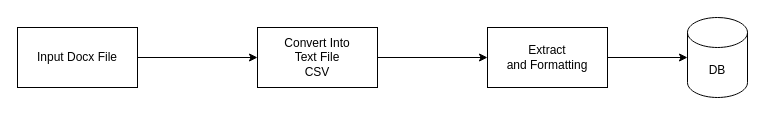
rakib06/DrawIO keeps this draw.io diagram as CP_SL.drawio. Above is the earlier version. Source tidied: cells renumbered, new cells numbered last; positions are measured from the earlier drawing's top-left corner, leaving out a move shared by most shapes. Both pictures are drawn from the tidied source at 100%, with x=0, y=0 at pixel (17, 17).
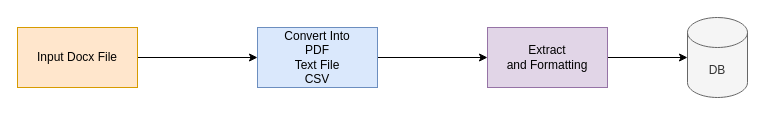
Above is the later version.

What changed in the source:
```diff
@@
 <mxGraphModel>
   <root>
     <mxCell id="0" />
     <mxCell id="1" parent="0" />
     <mxCell id="2" style="edgeStyle=orthogonalEdgeStyle;rounded=0;jettySize=auto;html=1;" parent="1" edge="1" source="3" target="5">
       <mxGeometry relative="1" as="geometry" />
     </mxCell>
-    <mxCell id="3" value="Input Docx File" style="rounded=0;whiteSpace=wrap;html=1;" parent="1" vertex="1">
+    <mxCell id="3" value="Input Docx File" style="rounded=0;whiteSpace=wrap;html=1;fillColor=#ffe6cc;strokeColor=#d79b00;" parent="1" vertex="1">
       <mxGeometry y="10" width="120" height="60" as="geometry" />
     </mxCell>
     <mxCell id="4" style="edgeStyle=orthogonalEdgeStyle;rounded=0;jettySize=auto;html=1;" parent="1" edge="1" source="5" target="8">
       <mxGeometry relative="1" as="geometry" />
     </mxCell>
-    <mxCell id="5" value="Convert Into &lt;br&gt;Text File&lt;br&gt;CSV" style="rounded=0;whiteSpace=wrap;html=1;" parent="1" vertex="1">
+    <mxCell id="5" value="Convert Into &lt;br&gt;PDF&lt;br&gt;Text File&lt;br&gt;CSV" style="rounded=0;whiteSpace=wrap;html=1;fillColor=#dae8fc;strokeColor=#6c8ebf;" parent="1" vertex="1">
       <mxGeometry x="240" y="10" width="120" height="60" as="geometry" />
     </mxCell>
-    <mxCell id="6" value="DB" style="shape=cylinder3;whiteSpace=wrap;html=1;boundedLbl=1;backgroundOutline=1;size=15;" parent="1" vertex="1">
+    <mxCell id="6" value="DB" style="shape=cylinder3;whiteSpace=wrap;html=1;boundedLbl=1;backgroundOutline=1;size=15;fillColor=#f5f5f5;fontColor=#333333;strokeColor=#666666;" parent="1" vertex="1">
       <mxGeometry x="670" width="60" height="80" as="geometry" />
     </mxCell>
     <mxCell id="7" style="edgeStyle=orthogonalEdgeStyle;rounded=0;jettySize=auto;html=1;entryX=0;entryY=0.5;entryDx=0;entryDy=0;entryPerimeter=0;" parent="1" edge="1" source="8" target="6">
       <mxGeometry relative="1" as="geometry" />
     </mxCell>
-    <mxCell id="8" value="Extract&lt;br&gt;and Formatting" style="rounded=0;whiteSpace=wrap;html=1;" parent="1" vertex="1">
+    <mxCell id="8" value="Extract&lt;br&gt;and Formatting" style="rounded=0;whiteSpace=wrap;html=1;fillColor=#e1d5e7;strokeColor=#9673a6;" parent="1" vertex="1">
       <mxGeometry x="470" y="10" width="120" height="60" as="geometry" />
     </mxCell>
   </root>
 </mxGraphModel>
```
